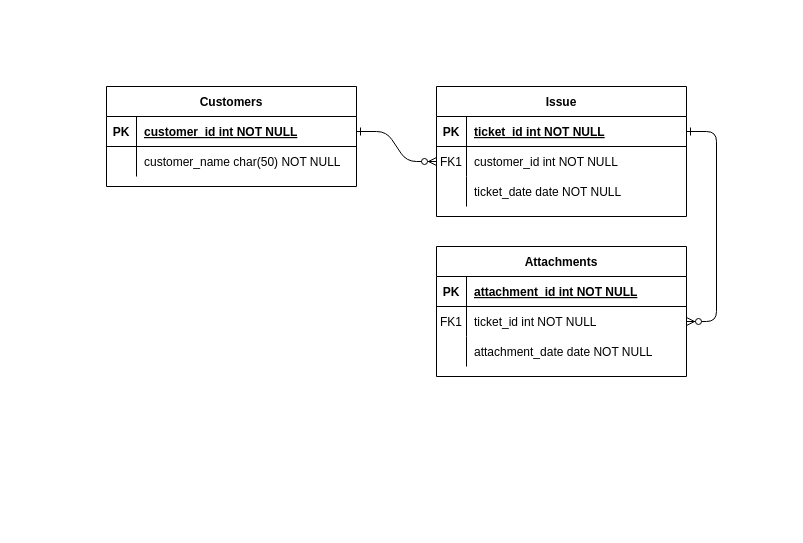
Before: Untitled Diagram.drawio in imonem/bugblitz, a draw.io diagram. Source tidied: cells renumbered, new cells numbered last; positions are measured from the earlier drawing's top-left corner, leaving out a move shared by most shapes. Both pictures are drawn from the tidied source at 100%, with x=0, y=0 at pixel (106, 86).
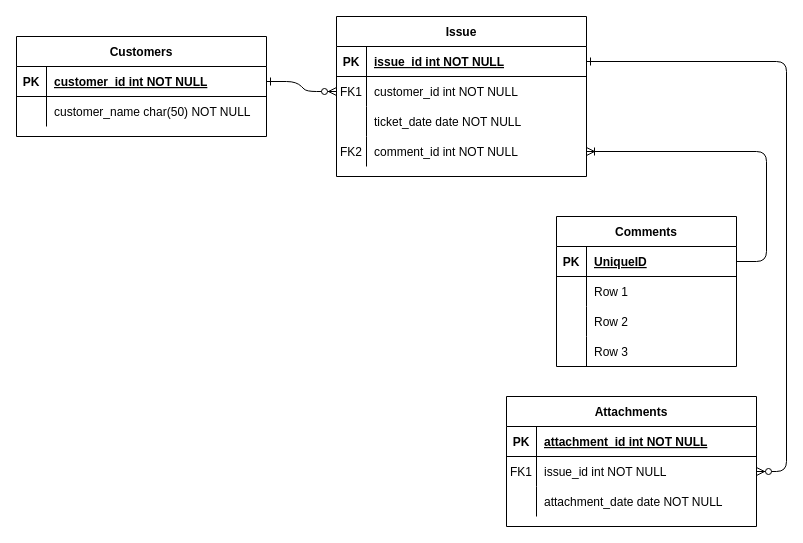
The same page after the edit.

Unchanged cells that the change refers to:
```xml
<mxCell id="5" style="shape=partialRectangle;fillColor=none;points=[[0,0.5],[1,0.5]];portConstraint=eastwest;top=0;left=0;right=0;bottom=1;" parent="4" vertex="1">
  <mxGeometry y="30" width="250" height="30" as="geometry" />
</mxCell>
<mxCell id="18" style="shape=partialRectangle;fillColor=none;points=[[0,0.5],[1,0.5]];portConstraint=eastwest;top=0;left=0;right=0;bottom=0;" parent="14" vertex="1">
  <mxGeometry y="60" width="250" height="30" as="geometry" />
</mxCell>
```

The edit, as a diff of the source:
```diff
@@
     <mxCell id="4" value="Issue" style="shape=table;startSize=30;childLayout=tableLayout;rowLines=0;fontStyle=1;align=center;" parent="1" vertex="1">
-      <mxGeometry x="330" width="250" height="130" as="geometry" />
+      <mxGeometry x="230" y="-70" width="250" height="160" as="geometry" />
     </mxCell>
@@
-    <mxCell id="7" value="ticket_id int NOT NULL " style="shape=partialRectangle;overflow=hidden;fillColor=none;top=0;left=0;bottom=0;right=0;align=left;spacingLeft=6;fontStyle=5;" parent="5" vertex="1">
+    <mxCell id="7" value="issue_id int NOT NULL " style="shape=partialRectangle;overflow=hidden;fillColor=none;top=0;left=0;bottom=0;right=0;align=left;spacingLeft=6;fontStyle=5;" parent="5" vertex="1">
       <mxGeometry x="30" width="220" height="30" as="geometry" />
     </mxCell>
@@
+    <mxCell id="31" style="shape=partialRectangle;fillColor=none;points=[[0,0.5],[1,0.5]];portConstraint=eastwest;top=0;left=0;right=0;bottom=0;" parent="4" vertex="1">
+      <mxGeometry y="120" width="250" height="30" as="geometry" />
+    </mxCell>
+    <mxCell id="32" value="FK2" style="shape=partialRectangle;overflow=hidden;fillColor=none;top=0;left=0;bottom=0;right=0;" parent="31" vertex="1">
+      <mxGeometry width="30" height="30" as="geometry" />
+    </mxCell>
+    <mxCell id="33" value="comment_id int NOT NULL" style="shape=partialRectangle;overflow=hidden;fillColor=none;top=0;left=0;bottom=0;right=0;align=left;spacingLeft=6;" parent="31" vertex="1">
+      <mxGeometry x="30" width="220" height="30" as="geometry" />
+    </mxCell>
     <mxCell id="14" value="Attachments" style="shape=table;startSize=30;childLayout=tableLayout;rowLines=0;fontStyle=1;align=center;" parent="1" vertex="1">
-      <mxGeometry x="330" y="160" width="250" height="130" as="geometry" />
+      <mxGeometry x="400" y="310" width="250" height="130" as="geometry" />
     </mxCell>
@@
-    <mxCell id="20" value="ticket_id int NOT NULL" style="shape=partialRectangle;overflow=hidden;fillColor=none;top=0;left=0;bottom=0;right=0;align=left;spacingLeft=6;" parent="18" vertex="1">
+    <mxCell id="20" value="issue_id int NOT NULL" style="shape=partialRectangle;overflow=hidden;fillColor=none;top=0;left=0;bottom=0;right=0;align=left;spacingLeft=6;" parent="18" vertex="1">
       <mxGeometry x="30" width="220" height="30" as="geometry" />
     </mxCell>
@@
     <mxCell id="24" value="Customers" style="shape=table;startSize=30;childLayout=tableLayout;rowLines=0;fontStyle=1;align=center;" parent="1" vertex="1">
-      <mxGeometry width="250" height="100" as="geometry" />
+      <mxGeometry x="-90" y="-50" width="250" height="100" as="geometry" />
     </mxCell>
@@
+    <mxCell id="34" value="Comments" style="shape=table;startSize=30;childLayout=tableLayout;rowLines=0;fontStyle=1;align=center;" parent="1" vertex="1">
+      <mxGeometry x="450" y="130" width="180" height="150" as="geometry" />
+    </mxCell>
+    <mxCell id="35" style="shape=tableRow;horizontal=0;startSize=0;swimlaneHead=0;swimlaneBody=0;fillColor=none;points=[[0,0.5],[1,0.5]];portConstraint=eastwest;top=0;left=0;right=0;bottom=1;" parent="34" vertex="1">
+      <mxGeometry y="30" width="180" height="30" as="geometry" />
+    </mxCell>
+    <mxCell id="36" value="PK" style="shape=partialRectangle;fillColor=none;top=0;left=0;bottom=0;right=0;fontStyle=1;overflow=hidden;" parent="35" vertex="1">
+      <mxGeometry width="30" height="30" as="geometry" />
+    </mxCell>
+    <mxCell id="37" value="UniqueID" style="shape=partialRectangle;fillColor=none;top=0;left=0;bottom=0;right=0;align=left;spacingLeft=6;fontStyle=5;overflow=hidden;" parent="35" vertex="1">
+      <mxGeometry x="30" width="150" height="30" as="geometry" />
+    </mxCell>
+    <mxCell id="38" style="shape=tableRow;horizontal=0;startSize=0;swimlaneHead=0;swimlaneBody=0;fillColor=none;top=0;left=0;right=0;bottom=0;" parent="34" vertex="1">
+      <mxGeometry y="60" width="180" height="30" as="geometry" />
+    </mxCell>
+    <mxCell id="39" style="shape=partialRectangle;fillColor=none;top=0;left=0;bottom=0;right=0;overflow=hidden;" parent="38" vertex="1">
+      <mxGeometry width="30" height="30" as="geometry" />
+    </mxCell>
+    <mxCell id="40" value="Row 1" style="shape=partialRectangle;fillColor=none;top=0;left=0;bottom=0;right=0;align=left;spacingLeft=6;overflow=hidden;" parent="38" vertex="1">
+      <mxGeometry x="30" width="150" height="30" as="geometry" />
+    </mxCell>
+    <mxCell id="41" style="shape=tableRow;horizontal=0;startSize=0;swimlaneHead=0;swimlaneBody=0;fillColor=none;top=0;left=0;right=0;bottom=0;" parent="34" vertex="1">
+      <mxGeometry y="90" width="180" height="30" as="geometry" />
+    </mxCell>
+    <mxCell id="42" style="shape=partialRectangle;fillColor=none;top=0;left=0;bottom=0;right=0;overflow=hidden;" parent="41" vertex="1">
+      <mxGeometry width="30" height="30" as="geometry" />
+    </mxCell>
+    <mxCell id="43" value="Row 2" style="shape=partialRectangle;fillColor=none;top=0;left=0;bottom=0;right=0;align=left;spacingLeft=6;overflow=hidden;" parent="41" vertex="1">
+      <mxGeometry x="30" width="150" height="30" as="geometry" />
+    </mxCell>
+    <mxCell id="44" style="shape=tableRow;horizontal=0;startSize=0;swimlaneHead=0;swimlaneBody=0;fillColor=none;top=0;left=0;right=0;bottom=0;" parent="34" vertex="1">
+      <mxGeometry y="120" width="180" height="30" as="geometry" />
+    </mxCell>
+    <mxCell id="45" style="shape=partialRectangle;fillColor=none;top=0;left=0;bottom=0;right=0;overflow=hidden;" parent="44" vertex="1">
+      <mxGeometry width="30" height="30" as="geometry" />
+    </mxCell>
+    <mxCell id="46" value="Row 3" style="shape=partialRectangle;fillColor=none;top=0;left=0;bottom=0;right=0;align=left;spacingLeft=6;overflow=hidden;" parent="44" vertex="1">
+      <mxGeometry x="30" width="150" height="30" as="geometry" />
+    </mxCell>
+    <mxCell id="47" style="edgeStyle=entityRelationEdgeStyle;fontSize=12;html=1;endArrow=ERoneToMany;rounded=1;entryX=1;entryY=0.5;entryDx=0;entryDy=0;startFill=1;" parent="1" edge="1" source="35" target="31">
+      <mxGeometry relative="1" as="geometry" />
+    </mxCell>
```
